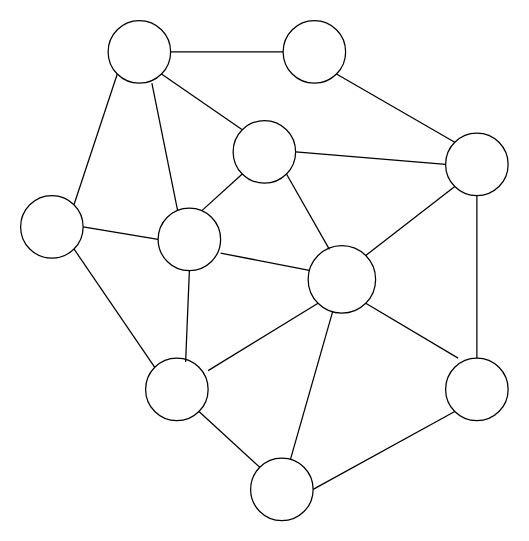
Before: Network.drawio in evanp/ersatz, a draw.io diagram. Source tidied: cells renumbered, new cells numbered last; positions are measured from the earlier drawing's top-left corner, leaving out a move shared by most shapes. Both pictures are drawn from the tidied source at 125%, with x=0, y=0 at pixel (20, 20).
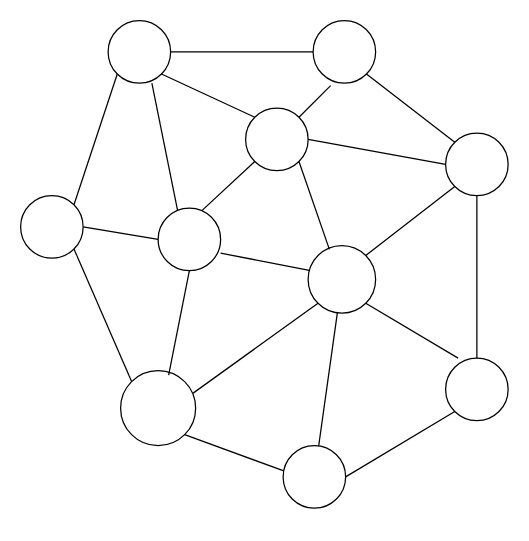
The same diagram, later.

Unchanged cells that the change refers to:
```xml
<mxCell id="5" style="ellipse;whiteSpace=wrap;html=1;" parent="1" vertex="1">
  <mxGeometry x="70" width="50" height="50" as="geometry" />
</mxCell>
<mxCell id="18" style="ellipse;whiteSpace=wrap;html=1;" parent="1" vertex="1">
  <mxGeometry x="230" y="180" width="54" height="54" as="geometry" />
</mxCell>
```

Diff of the diagram source:
```diff
@@
-    <mxCell id="4" style="edgeStyle=orthogonalEdgeStyle;rounded=0;jettySize=auto;html=1;exitX=1;exitY=0.5;exitDx=0;exitDy=0;entryX=0;entryY=0.5;entryDx=0;entryDy=0;endArrow=none;endFill=0;" parent="1" edge="1" source="5" target="6">
+    <mxCell id="4" style="rounded=0;jettySize=auto;html=1;exitX=1;exitY=0.5;exitDx=0;exitDy=0;entryX=0;entryY=0.5;entryDx=0;entryDy=0;endArrow=none;endFill=0;" parent="1" edge="1" source="5" target="6">
       <mxGeometry relative="1" as="geometry" />
     </mxCell>
@@
     <mxCell id="6" style="ellipse;whiteSpace=wrap;html=1;" parent="1" vertex="1">
-      <mxGeometry x="210" width="50" height="50" as="geometry" />
+      <mxGeometry x="234" width="50" height="50" as="geometry" />
     </mxCell>
@@
-    <mxCell id="21" style="rounded=0;jettySize=auto;html=1;exitX=1;exitY=1;exitDx=0;exitDy=0;entryX=0;entryY=0;entryDx=0;entryDy=0;endArrow=none;endFill=0;" parent="1" edge="1" source="22" target="25">
-      <mxGeometry relative="1" as="geometry" />
+    <mxCell id="21" style="rounded=0;jettySize=auto;html=1;exitX=1;exitY=1;exitDx=0;exitDy=0;endArrow=none;endFill=0;" parent="1" edge="1" source="22">
+      <mxGeometry relative="1" as="geometry">
+        <mxPoint x="210" y="360" as="targetPoint" />
+      </mxGeometry>
     </mxCell>
     <mxCell id="22" style="ellipse;whiteSpace=wrap;html=1;" parent="1" vertex="1">
-      <mxGeometry x="100" y="270" width="50" height="50" as="geometry" />
+      <mxGeometry x="80" y="280" width="60" height="60" as="geometry" />
     </mxCell>
@@
     <mxCell id="24" style="ellipse;whiteSpace=wrap;html=1;" parent="1" vertex="1">
-      <mxGeometry x="170" y="80" width="50" height="50" as="geometry" />
+      <mxGeometry x="180" y="70" width="50" height="50" as="geometry" />
     </mxCell>
     <mxCell id="25" style="ellipse;whiteSpace=wrap;html=1;" parent="1" vertex="1">
-      <mxGeometry x="184" y="350" width="50" height="50" as="geometry" />
+      <mxGeometry x="210" y="340" width="50" height="50" as="geometry" />
     </mxCell>
@@
-    <mxCell id="27" style="rounded=0;jettySize=auto;html=1;exitX=0;exitY=1;exitDx=0;exitDy=0;entryX=1;entryY=0.2;entryDx=0;entryDy=0;entryPerimeter=0;endArrow=none;endFill=0;" parent="1" edge="1" source="18" target="22">
+    <mxCell id="27" style="rounded=0;jettySize=auto;html=1;exitX=0;exitY=1;exitDx=0;exitDy=0;entryX=0.967;entryY=0.3;entryDx=0;entryDy=0;entryPerimeter=0;endArrow=none;endFill=0;" parent="1" edge="1" source="18" target="22">
       <mxGeometry relative="1" as="geometry" />
     </mxCell>
@@
+    <mxCell id="31" style="rounded=0;jettySize=auto;html=1;exitX=1;exitY=0;exitDx=0;exitDy=0;entryX=0.28;entryY=1.04;entryDx=0;entryDy=0;entryPerimeter=0;endArrow=none;endFill=0;" parent="1" edge="1" source="24" target="6">
+      <mxGeometry relative="1" as="geometry" />
+    </mxCell>
```
